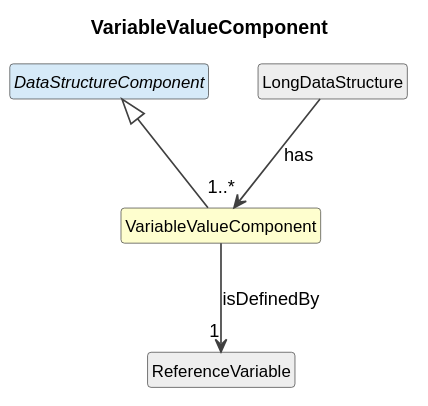
This is cdif-uml-model/CDIFDataStructure/Classes/VariableValueComponent.svg from Cross-Domain-Interoperability-Framework/metadataBuildingBlocks, a PlantUML export, as it was before one commit.
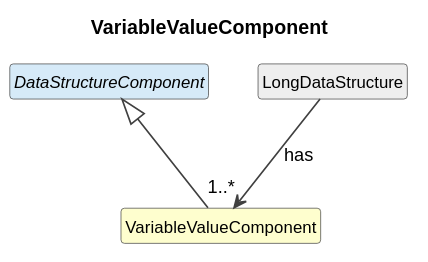
After the change.

Change to the diagram source:
```diff
@@ -15,6 +15,4 @@
 DataStructureComponent <|-- VariableValueComponent
 class "LongDataStructure" as LongDataStructure #EEEEEE
 LongDataStructure --> "1..*" VariableValueComponent : has
-class "ReferenceVariable" as ReferenceVariable #EEEEEE
-VariableValueComponent --> "1" ReferenceVariable : isDefinedBy
 @enduml
```
